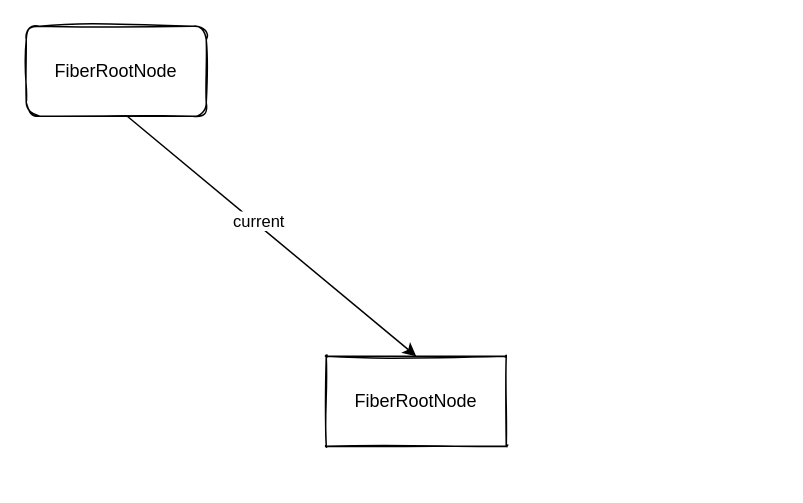
This is Untitled Diagram.drawio from StoryKing123/draw-io, a draw.io file, before an edit. Source tidied: cells renumbered, new cells numbered last; positions are measured from the earlier drawing's top-left corner, leaving out a move shared by most shapes. Both pictures are drawn from the tidied source at 150%, with x=0, y=0 at pixel (26, 26).
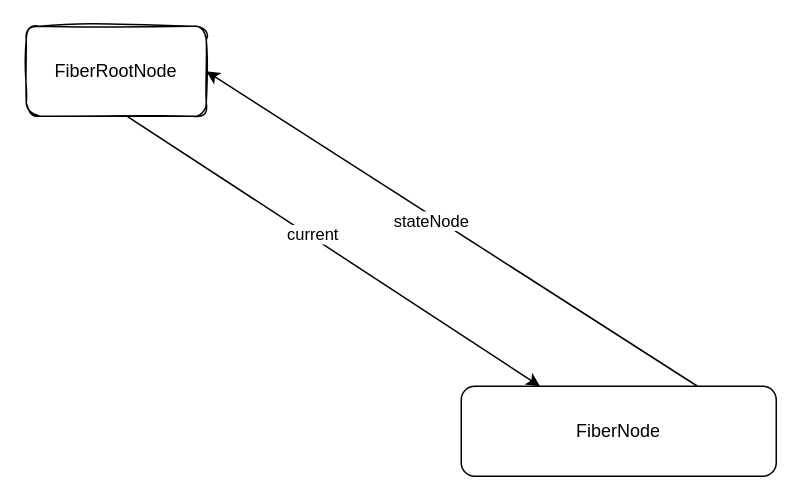
Above is the later version.

What changed in the source:
```diff
@@
 <mxGraphModel>
   <root>
     <mxCell id="0" />
     <mxCell id="1" parent="0" />
     <mxCell id="2" value="FiberRootNode" style="rounded=1;whiteSpace=wrap;html=1;sketch=1;" parent="1" vertex="1">
       <mxGeometry width="120" height="60" as="geometry" />
     </mxCell>
-    <mxCell id="3" value="FiberRootNode" style="rounded=1;whiteSpace=wrap;html=1;sketch=1;arcSize=0;" parent="1" vertex="1">
-      <mxGeometry x="200" y="220" width="120" height="60" as="geometry" />
-    </mxCell>
-    <mxCell id="4" style="endArrow=classic;html=1;rounded=0;entryX=0.5;entryY=0;entryDx=0;entryDy=0;exitX=0.563;exitY=1.003;exitDx=0;exitDy=0;exitPerimeter=0;" parent="1" edge="1" source="2" target="3">
+    <mxCell id="4" style="endArrow=classic;html=1;rounded=0;entryX=0.25;entryY=0;entryDx=0;entryDy=0;exitX=0.563;exitY=1.003;exitDx=0;exitDy=0;exitPerimeter=0;" parent="1" edge="1" source="2" target="8">
       <mxGeometry relative="1" as="geometry" />
     </mxCell>
     <mxCell id="5" value="current" style="edgeLabel;html=1;align=center;verticalAlign=middle;" parent="4" vertex="1">
       <mxGeometry x="-0.11" y="2" relative="1" as="geometry" />
     </mxCell>
+    <mxCell id="6" style="endArrow=classic;html=1;rounded=0;entryX=1;entryY=0.5;entryDx=0;entryDy=0;exitX=0.75;exitY=0;exitDx=0;exitDy=0;" parent="1" edge="1" source="8" target="2">
+      <mxGeometry relative="1" as="geometry" />
+    </mxCell>
+    <mxCell id="7" value="stateNode" style="edgeLabel;html=1;align=center;verticalAlign=middle;" parent="6" vertex="1">
+      <mxGeometry x="0.08" y="3" relative="1" as="geometry" />
+    </mxCell>
+    <mxCell id="8" value="FiberNode" style="rounded=1;whiteSpace=wrap;html=1;shadow=0;sketch=0;" parent="1" vertex="1">
+      <mxGeometry x="290" y="240" width="210" height="60" as="geometry" />
+    </mxCell>
   </root>
 </mxGraphModel>
```
